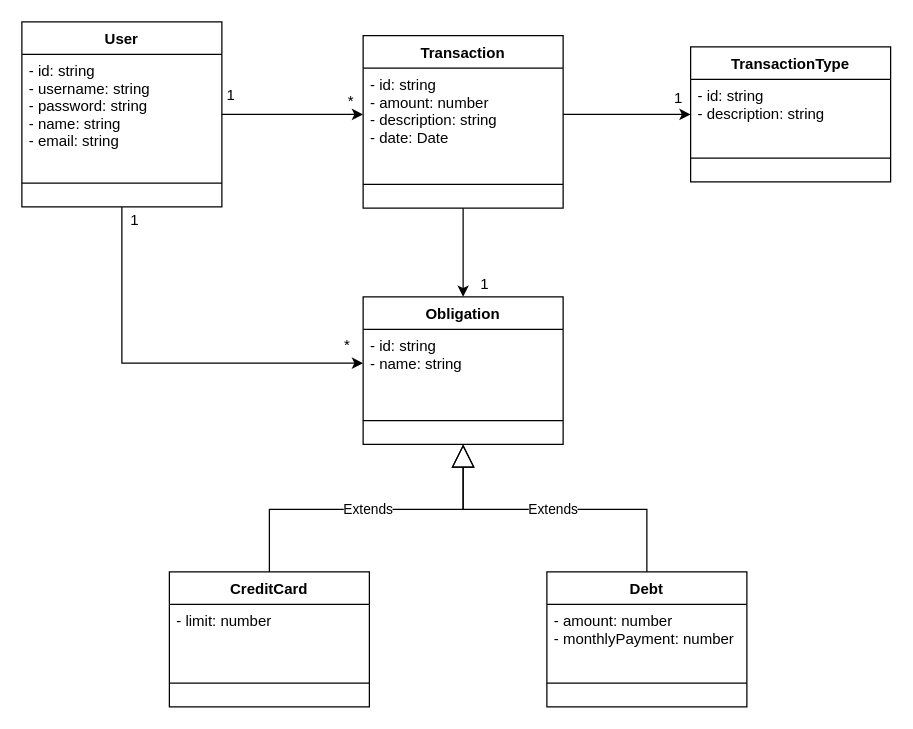
Above: page "Entities" (2 of 2) of budget-app.drawio in acastillo9/budget (draw.io), before the change. Source tidied: cells renumbered, new cells numbered last; positions are measured from the earlier drawing's top-left corner, leaving out a move shared by most shapes. Both pictures are drawn from the tidied source at 125%, with x=0, y=0 at pixel (21, 21).
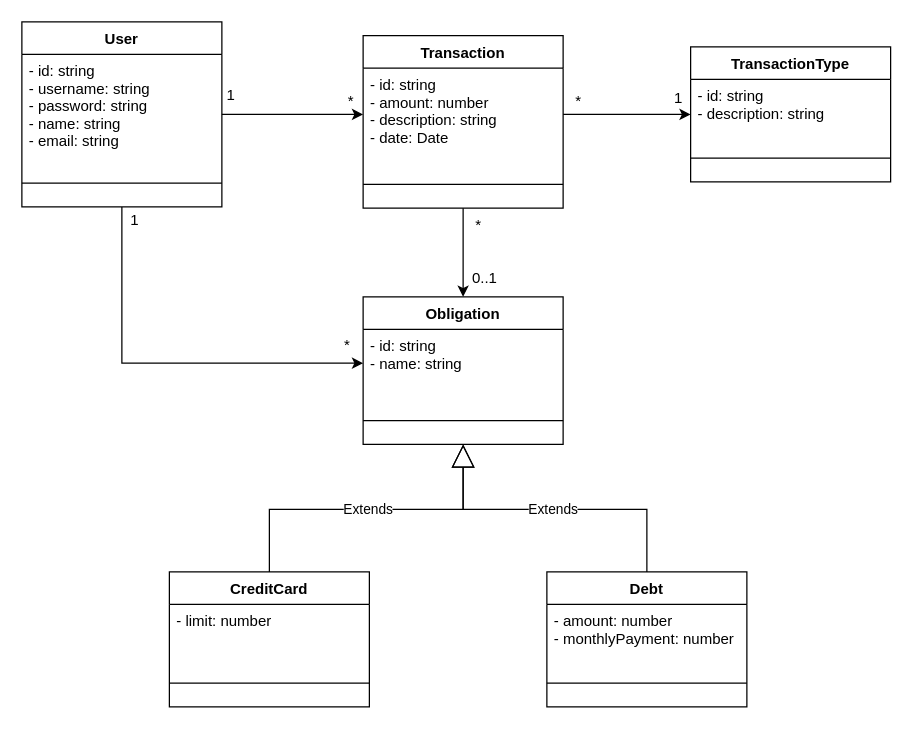
The same diagram, later.

What changed in the source:
```diff
@@
-    <mxCell id="21" value="1" style="text;html=1;align=center;verticalAlign=middle;strokeColor=none;fillColor=none;" parent="1" vertex="1">
-      <mxGeometry x="355" y="195" width="30" height="30" as="geometry" />
+    <mxCell id="21" value="0..1" style="text;html=1;align=center;verticalAlign=middle;strokeColor=none;fillColor=none;" parent="1" vertex="1">
+      <mxGeometry x="350" y="190" width="40" height="30" as="geometry" />
     </mxCell>
@@
+    <mxCell id="32" value="*" style="text;html=1;align=center;verticalAlign=middle;strokeColor=none;fillColor=none;" parent="1" vertex="1">
+      <mxGeometry x="350" y="148" width="30" height="30" as="geometry" />
+    </mxCell>
+    <mxCell id="33" value="*" style="text;html=1;align=center;verticalAlign=middle;strokeColor=none;fillColor=none;" parent="1" vertex="1">
+      <mxGeometry x="430" y="49" width="30" height="30" as="geometry" />
+    </mxCell>
```
